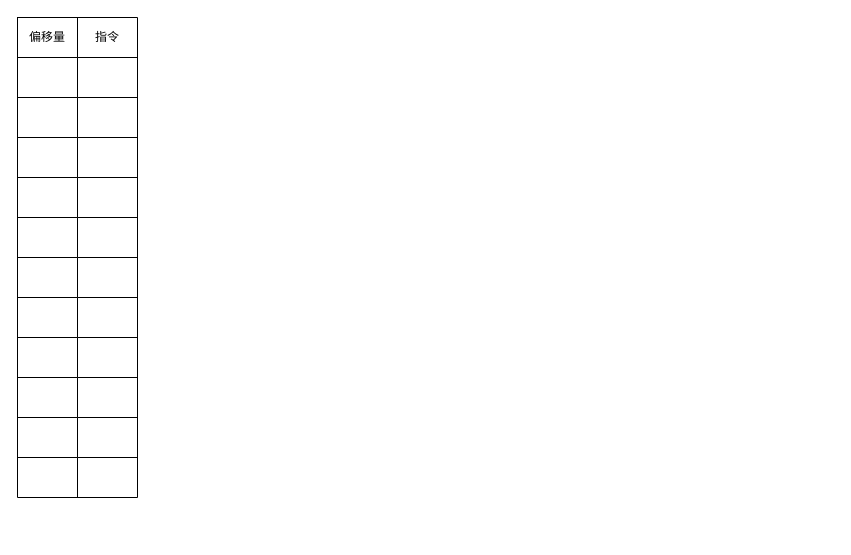
Before: jvm/局部变量表，操作数栈，程序计数器执行过程.drawio in erlieStar/diagrams, a draw.io diagram. Source tidied: cells renumbered, new cells numbered last; positions are measured from the earlier drawing's top-left corner, leaving out a move shared by most shapes. Both pictures are drawn from the tidied source at 100%, with x=0, y=0 at pixel (17, 17).
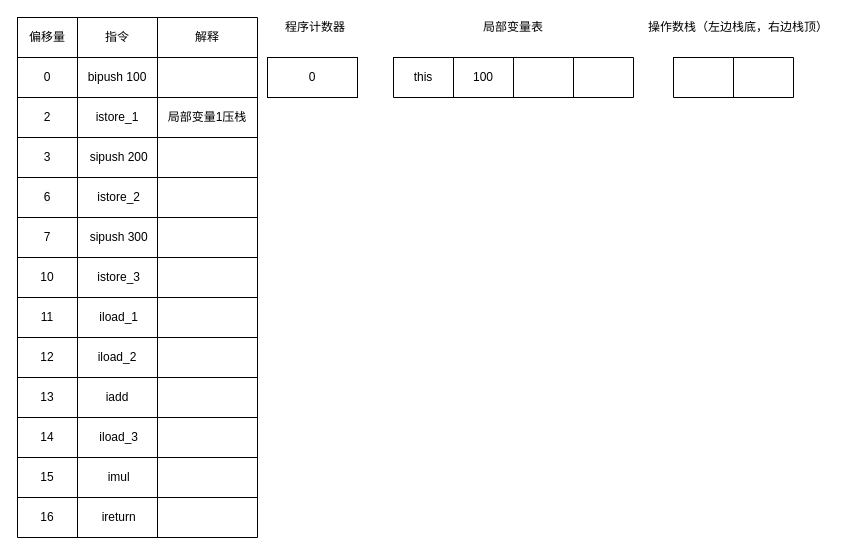
The same page after the edit.

Commit message (it also covers changes not shown here):
Update 局部变量表，操作数栈，程序计数器执行过程.drawio

The edit, as a diff of the source:
```diff
@@
     <mxCell id="2" style="shape=table;html=1;whiteSpace=wrap;startSize=0;childLayout=tableLayout;" parent="1" vertex="1">
-      <mxGeometry width="120" height="480" as="geometry" />
+      <mxGeometry width="240" height="520" as="geometry" />
     </mxCell>
     <mxCell id="3" style="shape=partialRectangle;html=1;whiteSpace=wrap;fillColor=none;top=0;left=0;bottom=0;right=0;" parent="2" vertex="1">
-      <mxGeometry width="120" height="40" as="geometry" />
+      <mxGeometry width="240" height="40" as="geometry" />
     </mxCell>
@@
     <mxCell id="5" value="指令" style="shape=partialRectangle;html=1;whiteSpace=wrap;fillColor=none;top=0;left=0;bottom=0;right=0;overflow=hidden;" parent="3" vertex="1">
-      <mxGeometry x="60" width="60" height="40" as="geometry" />
+      <mxGeometry x="60" width="80" height="40" as="geometry" />
     </mxCell>
+    <mxCell id="39" value="解释" style="shape=partialRectangle;html=1;whiteSpace=wrap;fillColor=none;top=0;left=0;bottom=0;right=0;overflow=hidden;" parent="3" vertex="1">
+      <mxGeometry x="140" width="100" height="40" as="geometry" />
+    </mxCell>
     <mxCell id="6" style="shape=partialRectangle;html=1;whiteSpace=wrap;fillColor=none;top=0;left=0;bottom=0;right=0;" parent="2" vertex="1">
-      <mxGeometry y="40" width="120" height="40" as="geometry" />
+      <mxGeometry y="40" width="240" height="40" as="geometry" />
     </mxCell>
-    <mxCell id="7" style="shape=partialRectangle;html=1;whiteSpace=wrap;fillColor=none;top=0;left=0;bottom=0;right=0;overflow=hidden;" parent="6" vertex="1">
+    <mxCell id="7" value="0" style="shape=partialRectangle;html=1;whiteSpace=wrap;fillColor=none;top=0;left=0;bottom=0;right=0;overflow=hidden;" parent="6" vertex="1">
       <mxGeometry width="60" height="40" as="geometry" />
     </mxCell>
-    <mxCell id="8" style="shape=partialRectangle;html=1;whiteSpace=wrap;fillColor=none;top=0;left=0;bottom=0;right=0;overflow=hidden;" parent="6" vertex="1">
-      <mxGeometry x="60" width="60" height="40" as="geometry" />
+    <mxCell id="8" value="bipush 100" style="shape=partialRectangle;html=1;whiteSpace=wrap;fillColor=none;top=0;left=0;bottom=0;right=0;overflow=hidden;" parent="6" vertex="1">
+      <mxGeometry x="60" width="80" height="40" as="geometry" />
     </mxCell>
+    <mxCell id="40" style="shape=partialRectangle;html=1;whiteSpace=wrap;fillColor=none;top=0;left=0;bottom=0;right=0;overflow=hidden;" parent="6" vertex="1">
+      <mxGeometry x="140" width="100" height="40" as="geometry" />
+    </mxCell>
     <mxCell id="9" style="shape=partialRectangle;html=1;whiteSpace=wrap;fillColor=none;top=0;left=0;bottom=0;right=0;" parent="2" vertex="1">
-      <mxGeometry y="80" width="120" height="40" as="geometry" />
+      <mxGeometry y="80" width="240" height="40" as="geometry" />
     </mxCell>
-    <mxCell id="10" style="shape=partialRectangle;html=1;whiteSpace=wrap;fillColor=none;top=0;left=0;bottom=0;right=0;overflow=hidden;" parent="9" vertex="1">
+    <mxCell id="10" value="2" style="shape=partialRectangle;html=1;whiteSpace=wrap;fillColor=none;top=0;left=0;bottom=0;right=0;overflow=hidden;" parent="9" vertex="1">
       <mxGeometry width="60" height="40" as="geometry" />
     </mxCell>
-    <mxCell id="11" style="shape=partialRectangle;html=1;whiteSpace=wrap;fillColor=none;top=0;left=0;bottom=0;right=0;overflow=hidden;" parent="9" vertex="1">
-      <mxGeometry x="60" width="60" height="40" as="geometry" />
+    <mxCell id="11" value="&lt;div&gt;istore_1&lt;br&gt;&lt;/div&gt;" style="shape=partialRectangle;html=1;whiteSpace=wrap;fillColor=none;top=0;left=0;bottom=0;right=0;overflow=hidden;" parent="9" vertex="1">
+      <mxGeometry x="60" width="80" height="40" as="geometry" />
     </mxCell>
+    <mxCell id="41" value="局部变量1压栈" style="shape=partialRectangle;html=1;whiteSpace=wrap;fillColor=none;top=0;left=0;bottom=0;right=0;overflow=hidden;" parent="9" vertex="1">
+      <mxGeometry x="140" width="100" height="40" as="geometry" />
+    </mxCell>
     <mxCell id="12" style="shape=partialRectangle;html=1;whiteSpace=wrap;fillColor=none;top=0;left=0;bottom=0;right=0;" parent="2" vertex="1">
-      <mxGeometry y="120" width="120" height="40" as="geometry" />
+      <mxGeometry y="120" width="240" height="40" as="geometry" />
     </mxCell>
-    <mxCell id="13" style="shape=partialRectangle;html=1;whiteSpace=wrap;fillColor=none;top=0;left=0;bottom=0;right=0;overflow=hidden;" parent="12" vertex="1">
+    <mxCell id="13" value="&lt;span&gt;3&lt;/span&gt;" style="shape=partialRectangle;html=1;whiteSpace=wrap;fillColor=none;top=0;left=0;bottom=0;right=0;overflow=hidden;" parent="12" vertex="1">
       <mxGeometry width="60" height="40" as="geometry" />
     </mxCell>
-    <mxCell id="14" style="shape=partialRectangle;html=1;whiteSpace=wrap;fillColor=none;top=0;left=0;bottom=0;right=0;overflow=hidden;" parent="12" vertex="1">
-      <mxGeometry x="60" width="60" height="40" as="geometry" />
+    <mxCell id="14" value="&amp;nbsp;sipush 200" style="shape=partialRectangle;html=1;whiteSpace=wrap;fillColor=none;top=0;left=0;bottom=0;right=0;overflow=hidden;" parent="12" vertex="1">
+      <mxGeometry x="60" width="80" height="40" as="geometry" />
     </mxCell>
+    <mxCell id="42" style="shape=partialRectangle;html=1;whiteSpace=wrap;fillColor=none;top=0;left=0;bottom=0;right=0;overflow=hidden;" parent="12" vertex="1">
+      <mxGeometry x="140" width="100" height="40" as="geometry" />
+    </mxCell>
     <mxCell id="15" style="shape=partialRectangle;html=1;whiteSpace=wrap;fillColor=none;top=0;left=0;bottom=0;right=0;" parent="2" vertex="1">
-      <mxGeometry y="160" width="120" height="40" as="geometry" />
+      <mxGeometry y="160" width="240" height="40" as="geometry" />
     </mxCell>
-    <mxCell id="16" style="shape=partialRectangle;html=1;whiteSpace=wrap;fillColor=none;top=0;left=0;bottom=0;right=0;overflow=hidden;" parent="15" vertex="1">
+    <mxCell id="16" value="&lt;span style=&quot;color: rgb(0, 0, 0); font-family: helvetica; font-size: 12px; font-style: normal; font-weight: 400; letter-spacing: normal; text-align: center; text-indent: 0px; text-transform: none; word-spacing: 0px; background-color: rgb(248, 249, 250); display: inline; float: none;&quot;&gt;6&lt;/span&gt;" style="shape=partialRectangle;html=1;whiteSpace=wrap;fillColor=none;top=0;left=0;bottom=0;right=0;overflow=hidden;" parent="15" vertex="1">
       <mxGeometry width="60" height="40" as="geometry" />
     </mxCell>
-    <mxCell id="17" style="shape=partialRectangle;html=1;whiteSpace=wrap;fillColor=none;top=0;left=0;bottom=0;right=0;overflow=hidden;" parent="15" vertex="1">
-      <mxGeometry x="60" width="60" height="40" as="geometry" />
+    <mxCell id="17" value="&amp;nbsp;istore_2" style="shape=partialRectangle;html=1;whiteSpace=wrap;fillColor=none;top=0;left=0;bottom=0;right=0;overflow=hidden;" parent="15" vertex="1">
+      <mxGeometry x="60" width="80" height="40" as="geometry" />
     </mxCell>
+    <mxCell id="43" style="shape=partialRectangle;html=1;whiteSpace=wrap;fillColor=none;top=0;left=0;bottom=0;right=0;overflow=hidden;" parent="15" vertex="1">
+      <mxGeometry x="140" width="100" height="40" as="geometry" />
+    </mxCell>
     <mxCell id="18" style="shape=partialRectangle;html=1;whiteSpace=wrap;fillColor=none;top=0;left=0;bottom=0;right=0;" parent="2" vertex="1">
-      <mxGeometry y="200" width="120" height="40" as="geometry" />
+      <mxGeometry y="200" width="240" height="40" as="geometry" />
     </mxCell>
-    <mxCell id="19" style="shape=partialRectangle;html=1;whiteSpace=wrap;fillColor=none;top=0;left=0;bottom=0;right=0;overflow=hidden;" parent="18" vertex="1">
+    <mxCell id="19" value="&lt;span&gt;7&lt;/span&gt;" style="shape=partialRectangle;html=1;whiteSpace=wrap;fillColor=none;top=0;left=0;bottom=0;right=0;overflow=hidden;" parent="18" vertex="1">
       <mxGeometry width="60" height="40" as="geometry" />
     </mxCell>
-    <mxCell id="20" style="shape=partialRectangle;html=1;whiteSpace=wrap;fillColor=none;top=0;left=0;bottom=0;right=0;overflow=hidden;" parent="18" vertex="1">
-      <mxGeometry x="60" width="60" height="40" as="geometry" />
+    <mxCell id="20" value="&amp;nbsp;sipush 300" style="shape=partialRectangle;html=1;whiteSpace=wrap;fillColor=none;top=0;left=0;bottom=0;right=0;overflow=hidden;" parent="18" vertex="1">
+      <mxGeometry x="60" width="80" height="40" as="geometry" />
     </mxCell>
+    <mxCell id="44" style="shape=partialRectangle;html=1;whiteSpace=wrap;fillColor=none;top=0;left=0;bottom=0;right=0;overflow=hidden;" parent="18" vertex="1">
+      <mxGeometry x="140" width="100" height="40" as="geometry" />
+    </mxCell>
     <mxCell id="21" style="shape=partialRectangle;html=1;whiteSpace=wrap;fillColor=none;top=0;left=0;bottom=0;right=0;" parent="2" vertex="1">
-      <mxGeometry y="240" width="120" height="40" as="geometry" />
+      <mxGeometry y="240" width="240" height="40" as="geometry" />
     </mxCell>
-    <mxCell id="22" style="shape=partialRectangle;html=1;whiteSpace=wrap;fillColor=none;top=0;left=0;bottom=0;right=0;overflow=hidden;" parent="21" vertex="1">
+    <mxCell id="22" value="&lt;span&gt;10&lt;/span&gt;" style="shape=partialRectangle;html=1;whiteSpace=wrap;fillColor=none;top=0;left=0;bottom=0;right=0;overflow=hidden;" parent="21" vertex="1">
       <mxGeometry width="60" height="40" as="geometry" />
     </mxCell>
-    <mxCell id="23" style="shape=partialRectangle;html=1;whiteSpace=wrap;fillColor=none;top=0;left=0;bottom=0;right=0;overflow=hidden;" parent="21" vertex="1">
-      <mxGeometry x="60" width="60" height="40" as="geometry" />
+    <mxCell id="23" value="&amp;nbsp;istore_3" style="shape=partialRectangle;html=1;whiteSpace=wrap;fillColor=none;top=0;left=0;bottom=0;right=0;overflow=hidden;" parent="21" vertex="1">
+      <mxGeometry x="60" width="80" height="40" as="geometry" />
     </mxCell>
+    <mxCell id="45" style="shape=partialRectangle;html=1;whiteSpace=wrap;fillColor=none;top=0;left=0;bottom=0;right=0;overflow=hidden;" parent="21" vertex="1">
+      <mxGeometry x="140" width="100" height="40" as="geometry" />
+    </mxCell>
     <mxCell id="24" style="shape=partialRectangle;html=1;whiteSpace=wrap;fillColor=none;top=0;left=0;bottom=0;right=0;" parent="2" vertex="1">
-      <mxGeometry y="280" width="120" height="40" as="geometry" />
+      <mxGeometry y="280" width="240" height="40" as="geometry" />
     </mxCell>
-    <mxCell id="25" style="shape=partialRectangle;html=1;whiteSpace=wrap;fillColor=none;top=0;left=0;bottom=0;right=0;overflow=hidden;" parent="24" vertex="1">
+    <mxCell id="25" value="11" style="shape=partialRectangle;html=1;whiteSpace=wrap;fillColor=none;top=0;left=0;bottom=0;right=0;overflow=hidden;" parent="24" vertex="1">
       <mxGeometry width="60" height="40" as="geometry" />
     </mxCell>
-    <mxCell id="26" style="shape=partialRectangle;html=1;whiteSpace=wrap;fillColor=none;top=0;left=0;bottom=0;right=0;overflow=hidden;" parent="24" vertex="1">
-      <mxGeometry x="60" width="60" height="40" as="geometry" />
+    <mxCell id="26" value="&amp;nbsp;iload_1" style="shape=partialRectangle;html=1;whiteSpace=wrap;fillColor=none;top=0;left=0;bottom=0;right=0;overflow=hidden;" parent="24" vertex="1">
+      <mxGeometry x="60" width="80" height="40" as="geometry" />
     </mxCell>
+    <mxCell id="46" style="shape=partialRectangle;html=1;whiteSpace=wrap;fillColor=none;top=0;left=0;bottom=0;right=0;overflow=hidden;" parent="24" vertex="1">
+      <mxGeometry x="140" width="100" height="40" as="geometry" />
+    </mxCell>
     <mxCell id="27" style="shape=partialRectangle;html=1;whiteSpace=wrap;fillColor=none;top=0;left=0;bottom=0;right=0;" parent="2" vertex="1">
-      <mxGeometry y="320" width="120" height="40" as="geometry" />
+      <mxGeometry y="320" width="240" height="40" as="geometry" />
     </mxCell>
-    <mxCell id="28" style="shape=partialRectangle;html=1;whiteSpace=wrap;fillColor=none;top=0;left=0;bottom=0;right=0;overflow=hidden;" parent="27" vertex="1">
+    <mxCell id="28" value="12" style="shape=partialRectangle;html=1;whiteSpace=wrap;fillColor=none;top=0;left=0;bottom=0;right=0;overflow=hidden;" parent="27" vertex="1">
       <mxGeometry width="60" height="40" as="geometry" />
     </mxCell>
-    <mxCell id="29" style="shape=partialRectangle;html=1;whiteSpace=wrap;fillColor=none;top=0;left=0;bottom=0;right=0;overflow=hidden;" parent="27" vertex="1">
-      <mxGeometry x="60" width="60" height="40" as="geometry" />
+    <mxCell id="29" value="iload_2" style="shape=partialRectangle;html=1;whiteSpace=wrap;fillColor=none;top=0;left=0;bottom=0;right=0;overflow=hidden;" parent="27" vertex="1">
+      <mxGeometry x="60" width="80" height="40" as="geometry" />
     </mxCell>
+    <mxCell id="47" style="shape=partialRectangle;html=1;whiteSpace=wrap;fillColor=none;top=0;left=0;bottom=0;right=0;overflow=hidden;" parent="27" vertex="1">
+      <mxGeometry x="140" width="100" height="40" as="geometry" />
+    </mxCell>
     <mxCell id="30" style="shape=partialRectangle;html=1;whiteSpace=wrap;fillColor=none;top=0;left=0;bottom=0;right=0;" parent="2" vertex="1">
-      <mxGeometry y="360" width="120" height="40" as="geometry" />
+      <mxGeometry y="360" width="240" height="40" as="geometry" />
     </mxCell>
-    <mxCell id="31" style="shape=partialRectangle;html=1;whiteSpace=wrap;fillColor=none;top=0;left=0;bottom=0;right=0;overflow=hidden;" parent="30" vertex="1">
+    <mxCell id="31" value="13" style="shape=partialRectangle;html=1;whiteSpace=wrap;fillColor=none;top=0;left=0;bottom=0;right=0;overflow=hidden;" parent="30" vertex="1">
       <mxGeometry width="60" height="40" as="geometry" />
     </mxCell>
-    <mxCell id="32" style="shape=partialRectangle;html=1;whiteSpace=wrap;fillColor=none;top=0;left=0;bottom=0;right=0;overflow=hidden;" parent="30" vertex="1">
-      <mxGeometry x="60" width="60" height="40" as="geometry" />
+    <mxCell id="32" value="iadd" style="shape=partialRectangle;html=1;whiteSpace=wrap;fillColor=none;top=0;left=0;bottom=0;right=0;overflow=hidden;" parent="30" vertex="1">
+      <mxGeometry x="60" width="80" height="40" as="geometry" />
     </mxCell>
+    <mxCell id="48" style="shape=partialRectangle;html=1;whiteSpace=wrap;fillColor=none;top=0;left=0;bottom=0;right=0;overflow=hidden;" parent="30" vertex="1">
+      <mxGeometry x="140" width="100" height="40" as="geometry" />
+    </mxCell>
     <mxCell id="33" style="shape=partialRectangle;html=1;whiteSpace=wrap;fillColor=none;top=0;left=0;bottom=0;right=0;" parent="2" vertex="1">
-      <mxGeometry y="400" width="120" height="40" as="geometry" />
+      <mxGeometry y="400" width="240" height="40" as="geometry" />
     </mxCell>
-    <mxCell id="34" style="shape=partialRectangle;html=1;whiteSpace=wrap;fillColor=none;top=0;left=0;bottom=0;right=0;overflow=hidden;" parent="33" vertex="1">
+    <mxCell id="34" value="&lt;span&gt;14&lt;/span&gt;" style="shape=partialRectangle;html=1;whiteSpace=wrap;fillColor=none;top=0;left=0;bottom=0;right=0;overflow=hidden;" parent="33" vertex="1">
       <mxGeometry width="60" height="40" as="geometry" />
     </mxCell>
-    <mxCell id="35" style="shape=partialRectangle;html=1;whiteSpace=wrap;fillColor=none;top=0;left=0;bottom=0;right=0;overflow=hidden;" parent="33" vertex="1">
-      <mxGeometry x="60" width="60" height="40" as="geometry" />
+    <mxCell id="35" value="&amp;nbsp;iload_3" style="shape=partialRectangle;html=1;whiteSpace=wrap;fillColor=none;top=0;left=0;bottom=0;right=0;overflow=hidden;" parent="33" vertex="1">
+      <mxGeometry x="60" width="80" height="40" as="geometry" />
     </mxCell>
+    <mxCell id="49" style="shape=partialRectangle;html=1;whiteSpace=wrap;fillColor=none;top=0;left=0;bottom=0;right=0;overflow=hidden;" parent="33" vertex="1">
+      <mxGeometry x="140" width="100" height="40" as="geometry" />
+    </mxCell>
     <mxCell id="36" style="shape=partialRectangle;html=1;whiteSpace=wrap;fillColor=none;top=0;left=0;bottom=0;right=0;" parent="2" vertex="1">
-      <mxGeometry y="440" width="120" height="40" as="geometry" />
+      <mxGeometry y="440" width="240" height="40" as="geometry" />
     </mxCell>
-    <mxCell id="37" style="shape=partialRectangle;html=1;whiteSpace=wrap;fillColor=none;top=0;left=0;bottom=0;right=0;overflow=hidden;" parent="36" vertex="1">
+    <mxCell id="37" value="&lt;span&gt;15&lt;/span&gt;" style="shape=partialRectangle;html=1;whiteSpace=wrap;fillColor=none;top=0;left=0;bottom=0;right=0;overflow=hidden;" parent="36" vertex="1">
       <mxGeometry width="60" height="40" as="geometry" />
     </mxCell>
-    <mxCell id="38" style="shape=partialRectangle;html=1;whiteSpace=wrap;fillColor=none;top=0;left=0;bottom=0;right=0;overflow=hidden;" parent="36" vertex="1">
-      <mxGeometry x="60" width="60" height="40" as="geometry" />
+    <mxCell id="38" value="&amp;nbsp;imul" style="shape=partialRectangle;html=1;whiteSpace=wrap;fillColor=none;top=0;left=0;bottom=0;right=0;overflow=hidden;" parent="36" vertex="1">
+      <mxGeometry x="60" width="80" height="40" as="geometry" />
     </mxCell>
+    <mxCell id="50" style="shape=partialRectangle;html=1;whiteSpace=wrap;fillColor=none;top=0;left=0;bottom=0;right=0;overflow=hidden;" parent="36" vertex="1">
+      <mxGeometry x="140" width="100" height="40" as="geometry" />
+    </mxCell>
+    <mxCell id="51" style="shape=partialRectangle;html=1;whiteSpace=wrap;fillColor=none;top=0;left=0;bottom=0;right=0;" parent="2" vertex="1">
+      <mxGeometry y="480" width="240" height="40" as="geometry" />
+    </mxCell>
+    <mxCell id="52" value="&lt;span&gt;16&lt;/span&gt;" style="shape=partialRectangle;html=1;whiteSpace=wrap;fillColor=none;top=0;left=0;bottom=0;right=0;overflow=hidden;" parent="51" vertex="1">
+      <mxGeometry width="60" height="40" as="geometry" />
+    </mxCell>
+    <mxCell id="53" value="&amp;nbsp;ireturn" style="shape=partialRectangle;html=1;whiteSpace=wrap;fillColor=none;top=0;left=0;bottom=0;right=0;overflow=hidden;" parent="51" vertex="1">
+      <mxGeometry x="60" width="80" height="40" as="geometry" />
+    </mxCell>
+    <mxCell id="54" style="shape=partialRectangle;html=1;whiteSpace=wrap;fillColor=none;top=0;left=0;bottom=0;right=0;overflow=hidden;" parent="51" vertex="1">
+      <mxGeometry x="140" width="100" height="40" as="geometry" />
+    </mxCell>
+    <mxCell id="55" value="0" style="rounded=0;whiteSpace=wrap;html=1;" parent="1" vertex="1">
+      <mxGeometry x="250" y="40" width="90" height="40" as="geometry" />
+    </mxCell>
+    <mxCell id="56" value="程序计数器" style="text;html=1;strokeColor=none;fillColor=none;align=center;verticalAlign=middle;whiteSpace=wrap;rounded=0;" parent="1" vertex="1">
+      <mxGeometry x="250" width="96" height="20" as="geometry" />
+    </mxCell>
+    <mxCell id="57" value="局部变量表" style="text;html=1;strokeColor=none;fillColor=none;align=center;verticalAlign=middle;whiteSpace=wrap;rounded=0;" parent="1" vertex="1">
+      <mxGeometry x="448" width="96" height="20" as="geometry" />
+    </mxCell>
+    <mxCell id="58" style="shape=table;html=1;whiteSpace=wrap;startSize=0;childLayout=tableLayout;" parent="1" vertex="1">
+      <mxGeometry x="376" y="40" width="240" height="40" as="geometry" />
+    </mxCell>
+    <mxCell id="59" style="shape=partialRectangle;html=1;whiteSpace=wrap;fillColor=none;top=0;left=0;bottom=0;right=0;" parent="58" vertex="1">
+      <mxGeometry width="240" height="40" as="geometry" />
+    </mxCell>
+    <mxCell id="60" value="this" style="shape=partialRectangle;html=1;whiteSpace=wrap;fillColor=none;top=0;left=0;bottom=0;right=0;overflow=hidden;" parent="59" vertex="1">
+      <mxGeometry width="60" height="40" as="geometry" />
+    </mxCell>
+    <mxCell id="61" value="100" style="shape=partialRectangle;html=1;whiteSpace=wrap;fillColor=none;top=0;left=0;bottom=0;right=0;overflow=hidden;" parent="59" vertex="1">
+      <mxGeometry x="60" width="60" height="40" as="geometry" />
+    </mxCell>
+    <mxCell id="62" style="shape=partialRectangle;html=1;whiteSpace=wrap;fillColor=none;top=0;left=0;bottom=0;right=0;overflow=hidden;" parent="59" vertex="1">
+      <mxGeometry x="120" width="60" height="40" as="geometry" />
+    </mxCell>
+    <mxCell id="63" style="shape=partialRectangle;html=1;whiteSpace=wrap;fillColor=none;top=0;left=0;bottom=0;right=0;overflow=hidden;" parent="59" vertex="1">
+      <mxGeometry x="180" width="60" height="40" as="geometry" />
+    </mxCell>
+    <mxCell id="64" value="操作数栈（左边栈底，右边栈顶）" style="text;html=1;strokeColor=none;fillColor=none;align=center;verticalAlign=middle;whiteSpace=wrap;rounded=0;" parent="1" vertex="1">
+      <mxGeometry x="626" width="190" height="20" as="geometry" />
+    </mxCell>
+    <mxCell id="65" style="shape=table;html=1;whiteSpace=wrap;startSize=0;childLayout=tableLayout;" parent="1" vertex="1">
+      <mxGeometry x="656" y="40" width="120" height="40" as="geometry" />
+    </mxCell>
+    <mxCell id="66" style="shape=partialRectangle;html=1;whiteSpace=wrap;fillColor=none;top=0;left=0;bottom=0;right=0;" parent="65" vertex="1">
+      <mxGeometry width="120" height="40" as="geometry" />
+    </mxCell>
+    <mxCell id="67" style="shape=partialRectangle;html=1;whiteSpace=wrap;fillColor=none;top=0;left=0;bottom=0;right=0;overflow=hidden;" parent="66" vertex="1">
+      <mxGeometry width="60" height="40" as="geometry" />
+    </mxCell>
+    <mxCell id="68" style="shape=partialRectangle;html=1;whiteSpace=wrap;fillColor=none;top=0;left=0;bottom=0;right=0;overflow=hidden;" parent="66" vertex="1">
+      <mxGeometry x="60" width="60" height="40" as="geometry" />
+    </mxCell>
```
